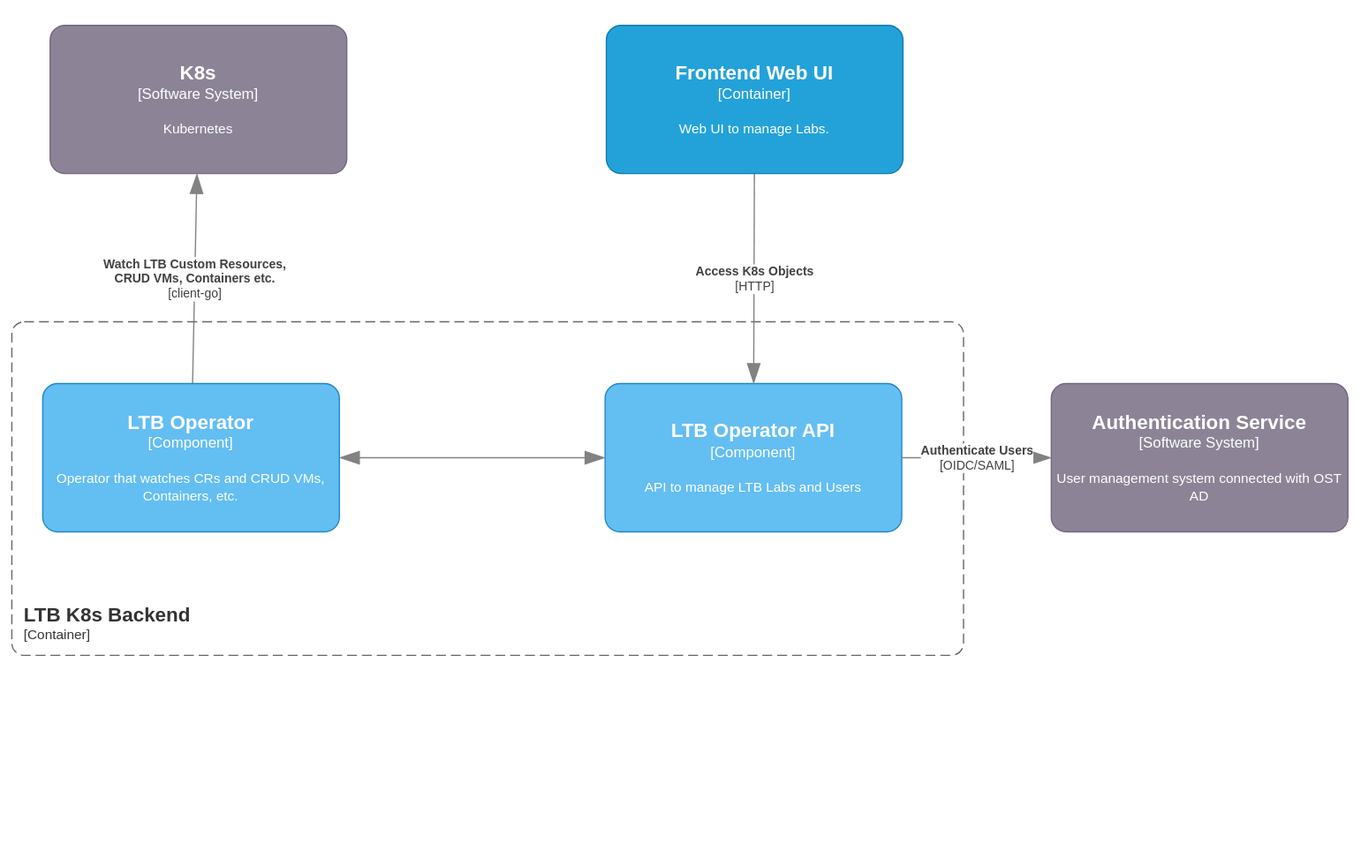
This is docs/assets/drawings/C4-Component.drawio.svg from Lab-Topology-Builder/LTB-K8s-Backend, a draw.io export, as it was before one commit. Source tidied: cells renumbered, new cells last; positions are measured from the earlier drawing's top-left corner, leaving out a move shared by most shapes.
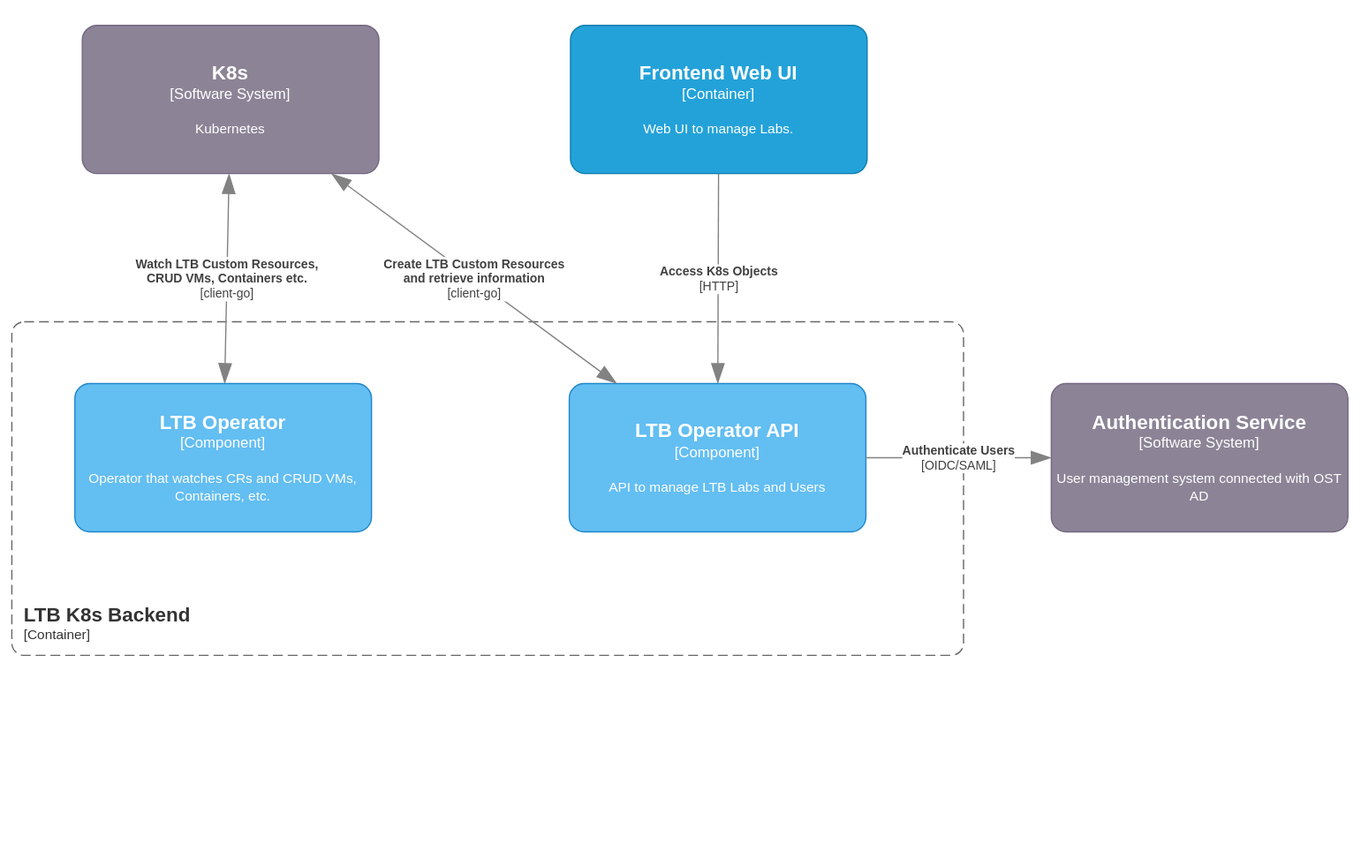
The same diagram one commit later.

Change to the diagram source:
```diff
@@ -16,25 +16,20 @@
       </mxCell>
     </object>
     <object id="5" label="&lt;div style=&quot;text-align: left&quot;&gt;&lt;div style=&quot;text-align: center&quot;&gt;&lt;b&gt;%c4Description%&lt;/b&gt;&lt;/div&gt;&lt;div style=&quot;text-align: center&quot;&gt;[%c4Technology%]&lt;/div&gt;&lt;/div&gt;" c4Description="Watch LTB Custom Resources,&#10;CRUD VMs, Containers etc." c4Technology="client-go" c4Type="Relationship" placeholders="1">
-      <mxCell style="endArrow=blockThin;html=1;fontSize=10;fontColor=#404040;strokeWidth=1;endFill=1;strokeColor=#828282;elbow=vertical;endSize=14;startSize=14;jumpStyle=arc;jumpSize=16;rounded=0;" parent="1" edge="1" source="7" target="12">
+      <mxCell style="endArrow=blockThin;html=1;fontSize=10;fontColor=#404040;strokeWidth=1;endFill=1;strokeColor=#828282;elbow=vertical;endSize=14;startSize=14;jumpStyle=arc;jumpSize=16;rounded=0;startArrow=blockThin;startFill=1;" parent="1" edge="1" source="7" target="12">
         <mxGeometry relative="1" as="geometry" />
       </mxCell>
     </object>
     <object id="6" label="&lt;font style=&quot;font-size: 16px&quot;&gt;&lt;b&gt;%c4Name%&lt;/b&gt;&lt;/font&gt;&lt;div&gt;[%c4Type%]&lt;/div&gt;&lt;br&gt;&lt;div&gt;&lt;font style=&quot;font-size: 11px&quot;&gt;&lt;font&gt;%c4Description%&lt;/font&gt;&lt;/font&gt;&lt;/div&gt;" c4Description="API to manage LTB Labs and Users" c4Name="LTB Operator API" c4Type="Component" placeholders="1">
       <mxCell style="rounded=1;whiteSpace=wrap;html=1;labelBackgroundColor=none;fillColor=#63BEF2;fontColor=#FFFFFF;align=center;arcSize=10;strokeColor=#2086C9;points=[[0.25,0,0],[0.5,0,0],[0.75,0,0],[1,0.25,0],[1,0.5,0],[1,0.75,0],[0.75,1,0],[0.5,1,0],[0.25,1,0],[0,0.75,0],[0,0.5,0],[0,0.25,0]];" parent="1" vertex="1">
-        <mxGeometry x="489" y="310" width="240" height="120" as="geometry" />
+        <mxGeometry x="460" y="310" width="240" height="120" as="geometry" />
       </mxCell>
     </object>
     <object id="7" label="&lt;font style=&quot;font-size: 16px&quot;&gt;&lt;b&gt;%c4Name%&lt;/b&gt;&lt;/font&gt;&lt;div&gt;[%c4Type%]&lt;/div&gt;&lt;br&gt;&lt;div&gt;&lt;font style=&quot;font-size: 11px&quot;&gt;&lt;font&gt;%c4Description%&lt;/font&gt;&lt;/font&gt;&lt;/div&gt;" c4Description="Operator that watches CRs and CRUD VMs, Containers, etc." c4Name="LTB Operator" c4Type="Component" placeholders="1">
       <mxCell style="rounded=1;whiteSpace=wrap;html=1;labelBackgroundColor=none;fillColor=#63BEF2;fontColor=#FFFFFF;align=center;arcSize=10;strokeColor=#2086C9;points=[[0.25,0,0],[0.5,0,0],[0.75,0,0],[1,0.25,0],[1,0.5,0],[1,0.75,0],[0.75,1,0],[0.5,1,0],[0.25,1,0],[0,0.75,0],[0,0.5,0],[0,0.25,0]];" parent="1" vertex="1">
-        <mxGeometry x="34" y="310" width="240" height="120" as="geometry" />
+        <mxGeometry x="60" y="310" width="240" height="120" as="geometry" />
       </mxCell>
     </object>
-    <object id="8" label="" c4Type="Relationship" placeholders="1">
-      <mxCell style="endArrow=blockThin;html=1;fontSize=10;fontColor=#404040;strokeWidth=1;endFill=1;strokeColor=#828282;elbow=vertical;endSize=14;startSize=14;jumpStyle=arc;jumpSize=16;rounded=0;startArrow=blockThin;startFill=1;" parent="1" edge="1" source="6" target="7">
-        <mxGeometry relative="1" as="geometry" />
-      </mxCell>
-    </object>
     <object id="9" label="&lt;font style=&quot;font-size: 16px&quot;&gt;&lt;b&gt;%c4Name%&lt;/b&gt;&lt;/font&gt;&lt;div&gt;[%c4Type%]&lt;/div&gt;&lt;br&gt;&lt;div&gt;&lt;font style=&quot;font-size: 11px&quot;&gt;&lt;font&gt;%c4Description%&lt;/font&gt;&lt;/font&gt;&lt;/div&gt;" c4Description="User management system connected with OST AD" c4Name="Authentication Service" c4Type="Software System" placeholders="1">
       <mxCell style="rounded=1;whiteSpace=wrap;html=1;labelBackgroundColor=none;fillColor=#8C8496;fontColor=#FFFFFF;align=center;arcSize=10;strokeColor=#736782;points=[[0.25,0,0],[0.5,0,0],[0.75,0,0],[1,0.25,0],[1,0.5,0],[1,0.75,0],[0.75,1,0],[0.5,1,0],[0.25,1,0],[0,0.75,0],[0,0.5,0],[0,0.25,0]];" parent="1" vertex="1">
         <mxGeometry x="850" y="310" width="240" height="120" as="geometry" />
@@ -47,13 +42,18 @@
     </object>
     <object id="11" label="&lt;font style=&quot;font-size: 16px&quot;&gt;&lt;b&gt;%c4Name%&lt;/b&gt;&lt;/font&gt;&lt;div&gt;[%c4Type%]&lt;/div&gt;&lt;br&gt;&lt;div&gt;&lt;font style=&quot;font-size: 11px&quot;&gt;&lt;font&gt;%c4Description%&lt;/font&gt;&lt;/font&gt;&lt;/div&gt;" c4Description="Web UI to manage Labs." c4Name="Frontend Web UI" c4Type="Container" placeholders="1">
       <mxCell style="rounded=1;whiteSpace=wrap;html=1;labelBackgroundColor=none;fillColor=#23A2D9;fontColor=#FFFFFF;align=center;arcSize=10;strokeColor=#0E7DAD;points=[[0.25,0,0],[0.5,0,0],[0.75,0,0],[1,0.25,0],[1,0.5,0],[1,0.75,0],[0.75,1,0],[0.5,1,0],[0.25,1,0],[0,0.75,0],[0,0.5,0],[0,0.25,0]];" parent="1" vertex="1">
-        <mxGeometry x="490" y="20" width="240" height="120" as="geometry" />
+        <mxGeometry x="461" y="20" width="240" height="120" as="geometry" />
       </mxCell>
     </object>
     <object id="12" label="&lt;font style=&quot;font-size: 16px&quot;&gt;&lt;b&gt;%c4Name%&lt;/b&gt;&lt;/font&gt;&lt;div&gt;[%c4Type%]&lt;/div&gt;&lt;br&gt;&lt;div&gt;&lt;font style=&quot;font-size: 11px&quot;&gt;&lt;font&gt;%c4Description%&lt;/font&gt;&lt;/font&gt;&lt;/div&gt;" c4Description="Kubernetes" c4Name="K8s" c4Type="Software System" placeholders="1">
       <mxCell style="rounded=1;whiteSpace=wrap;html=1;labelBackgroundColor=none;fillColor=#8C8496;fontColor=#FFFFFF;align=center;arcSize=10;strokeColor=#736782;points=[[0.25,0,0],[0.5,0,0],[0.75,0,0],[1,0.25,0],[1,0.5,0],[1,0.75,0],[0.75,1,0],[0.5,1,0],[0.25,1,0],[0,0.75,0],[0,0.5,0],[0,0.25,0]];" parent="1" vertex="1">
-        <mxGeometry x="40" y="20" width="240" height="120" as="geometry" />
+        <mxGeometry x="66" y="20" width="240" height="120" as="geometry" />
       </mxCell>
     </object>
+    <object id="13" label="&lt;div style=&quot;text-align: left&quot;&gt;&lt;div style=&quot;text-align: center&quot;&gt;&lt;b&gt;%c4Description%&lt;/b&gt;&lt;/div&gt;&lt;div style=&quot;text-align: center&quot;&gt;[%c4Technology%]&lt;/div&gt;&lt;/div&gt;" c4Description="Create LTB Custom Resources&#10;and retrieve information" c4Technology="client-go" c4Type="Relationship" placeholders="1">
+      <mxCell style="endArrow=blockThin;html=1;fontSize=10;fontColor=#404040;strokeWidth=1;endFill=1;strokeColor=#828282;elbow=vertical;endSize=14;startSize=14;jumpStyle=arc;jumpSize=16;rounded=0;startArrow=blockThin;startFill=1;" parent="1" edge="1" source="6" target="12">
+        <mxGeometry relative="1" as="geometry" />
+      </mxCell>
+    </object>
   </root>
 </mxGraphModel>
```
